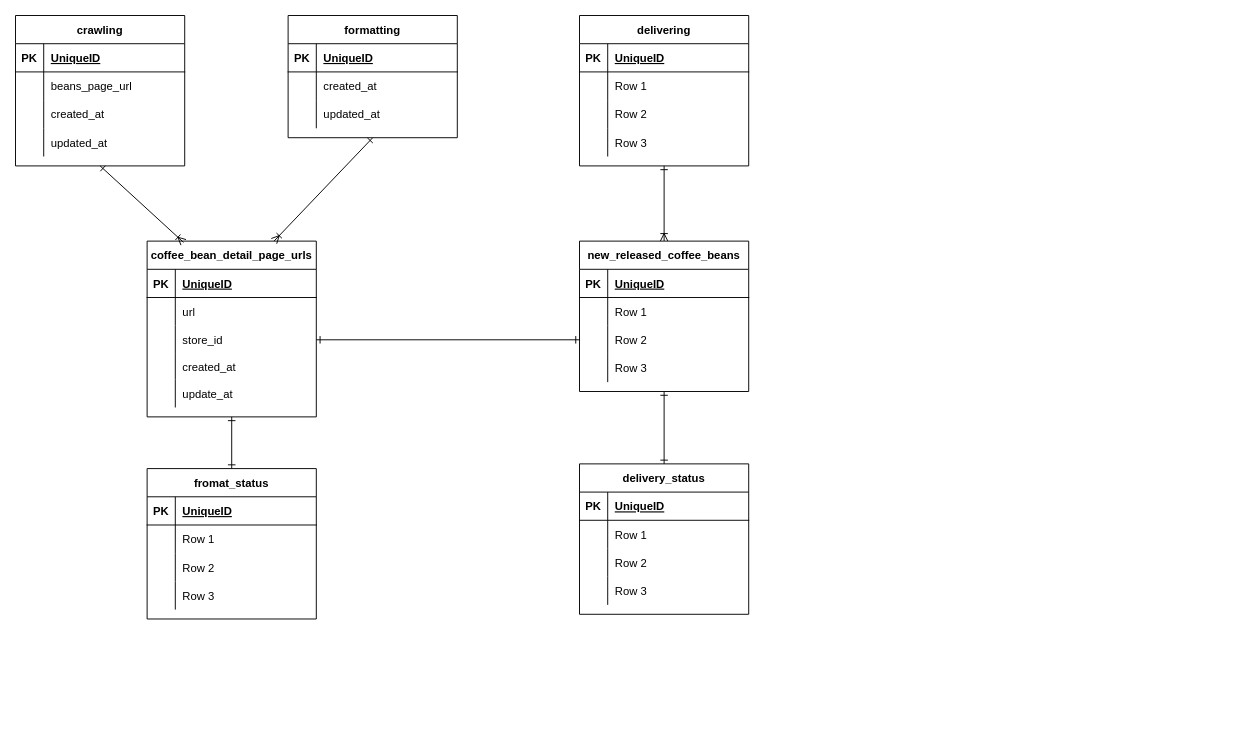
Earlier version of the draw.io diagram ame_tokidoki_koffee_er.dio (diagonal-m/ame_tokidoki_koffee). Source tidied: cells renumbered, new cells numbered last; positions are measured from the earlier drawing's top-left corner, leaving out a move shared by most shapes. Both pictures are drawn from the tidied source at 94%, with x=0, y=0 at pixel (15, 15).
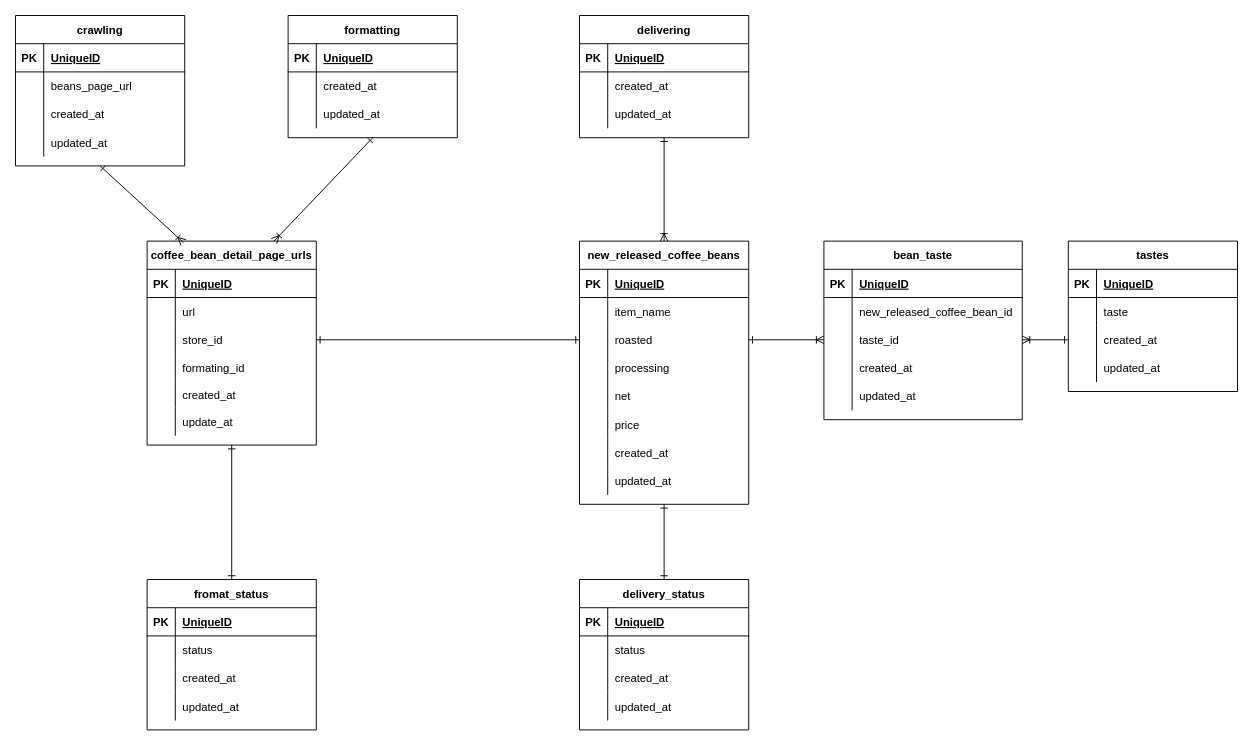
Above is the later version.

The change refers to these unchanged cells:
```xml
<mxCell id="10" style="shape=partialRectangle;fillColor=none;top=0;left=0;bottom=0;right=0;points=[[0,0.5],[1,0.5]];portConstraint=eastwest;" parent="3" vertex="1">
  <mxGeometry y="90" width="180" height="30" as="geometry" />
</mxCell>
<mxCell id="49" style="shape=partialRectangle;fillColor=none;top=0;left=0;bottom=0;right=0;" parent="45" vertex="1">
  <mxGeometry y="60" width="180" height="30" as="geometry" />
</mxCell>
<mxCell id="52" style="shape=partialRectangle;fillColor=none;top=0;left=0;bottom=0;right=0;" parent="45" vertex="1">
  <mxGeometry y="90" width="180" height="30" as="geometry" />
</mxCell>
<mxCell id="63" style="shape=partialRectangle;fillColor=none;top=0;left=0;bottom=0;right=0;" parent="59" vertex="1">
  <mxGeometry y="60" width="180" height="30" as="geometry" />
</mxCell>
<mxCell id="77" style="shape=partialRectangle;fillColor=none;top=0;left=0;bottom=0;right=0;" parent="73" vertex="1">
  <mxGeometry y="60" width="180" height="30" as="geometry" />
</mxCell>
<mxCell id="80" style="shape=partialRectangle;fillColor=none;top=0;left=0;bottom=0;right=0;" parent="73" vertex="1">
  <mxGeometry y="90" width="180" height="30" as="geometry" />
</mxCell>
<mxCell id="83" style="shape=partialRectangle;fillColor=none;top=0;left=0;bottom=0;right=0;" parent="73" vertex="1">
  <mxGeometry y="120" width="180" height="30" as="geometry" />
</mxCell>
<mxCell id="90" style="shape=partialRectangle;fillColor=none;top=0;left=0;bottom=0;right=0;" parent="86" vertex="1">
  <mxGeometry y="60" width="180" height="30" as="geometry" />
</mxCell>
<mxCell id="93" style="shape=partialRectangle;fillColor=none;top=0;left=0;bottom=0;right=0;" parent="86" vertex="1">
  <mxGeometry y="90" width="180" height="30" as="geometry" />
</mxCell>
<mxCell id="96" style="shape=partialRectangle;fillColor=none;top=0;left=0;bottom=0;right=0;" parent="86" vertex="1">
  <mxGeometry y="120" width="180" height="30" as="geometry" />
</mxCell>
```

What changed in the source:
```diff
@@
     <mxCell id="3" value="coffee_bean_detail_page_urls" style="shape=table;startSize=30;childLayout=tableLayout;rowLines=0;fontStyle=1;align=center;" parent="1" vertex="1">
-      <mxGeometry x="140" y="240" width="180" height="187" as="geometry" />
+      <mxGeometry x="140" y="240" width="180" height="217" as="geometry" />
     </mxCell>
@@
+    <mxCell id="99" style="shape=partialRectangle;fillColor=none;top=0;left=0;bottom=0;right=0;" parent="3" vertex="1">
+      <mxGeometry y="120" width="180" height="30" as="geometry" />
+    </mxCell>
+    <mxCell id="100" style="shape=partialRectangle;fillColor=none;top=0;left=0;bottom=0;right=0;overflow=hidden;" parent="99" vertex="1">
+      <mxGeometry width="30" height="30" as="geometry" />
+    </mxCell>
+    <mxCell id="101" value="formating_id" style="shape=partialRectangle;fillColor=none;top=0;left=0;bottom=0;right=0;align=left;spacingLeft=6;overflow=hidden;" parent="99" vertex="1">
+      <mxGeometry x="30" width="150" height="30" as="geometry" />
+    </mxCell>
     <mxCell id="13" style="shape=partialRectangle;fillColor=none;top=0;left=0;bottom=0;right=0;" parent="3" vertex="1">
-      <mxGeometry y="120" width="180" height="27" as="geometry" />
+      <mxGeometry y="150" width="180" height="27" as="geometry" />
     </mxCell>
@@
     <mxCell id="16" style="shape=partialRectangle;fillColor=none;top=0;left=0;bottom=0;right=0;" parent="3" vertex="1">
-      <mxGeometry y="147" width="180" height="30" as="geometry" />
+      <mxGeometry y="177" width="180" height="30" as="geometry" />
     </mxCell>
@@
     <mxCell id="45" value="delivering" style="shape=table;startSize=30;childLayout=tableLayout;rowLines=0;fontStyle=1;align=center;" parent="1" vertex="1">
-      <mxGeometry x="600" width="180" height="160" as="geometry" />
+      <mxGeometry x="600" width="180" height="130" as="geometry" />
     </mxCell>
@@
-    <mxCell id="51" value="Row 1" style="shape=partialRectangle;fillColor=none;top=0;left=0;bottom=0;right=0;align=left;spacingLeft=6;overflow=hidden;" parent="49" vertex="1">
+    <mxCell id="51" value="created_at" style="shape=partialRectangle;fillColor=none;top=0;left=0;bottom=0;right=0;align=left;spacingLeft=6;overflow=hidden;" parent="49" vertex="1">
       <mxGeometry x="30" width="150" height="30" as="geometry" />
     </mxCell>
@@
-    <mxCell id="54" value="Row 2" style="shape=partialRectangle;fillColor=none;top=0;left=0;bottom=0;right=0;align=left;spacingLeft=6;overflow=hidden;" parent="52" vertex="1">
+    <mxCell id="54" value="updated_at" style="shape=partialRectangle;fillColor=none;top=0;left=0;bottom=0;right=0;align=left;spacingLeft=6;overflow=hidden;" parent="52" vertex="1">
       <mxGeometry x="30" width="150" height="30" as="geometry" />
     </mxCell>
-    <mxCell id="55" style="shape=partialRectangle;fillColor=none;top=0;left=0;bottom=0;right=0;" parent="45" vertex="1">
-      <mxGeometry y="120" width="180" height="30" as="geometry" />
-    </mxCell>
-    <mxCell id="56" style="shape=partialRectangle;fillColor=none;top=0;left=0;bottom=0;right=0;overflow=hidden;" parent="55" vertex="1">
-      <mxGeometry width="30" height="30" as="geometry" />
-    </mxCell>
-    <mxCell id="57" value="Row 3" style="shape=partialRectangle;fillColor=none;top=0;left=0;bottom=0;right=0;align=left;spacingLeft=6;overflow=hidden;" parent="55" vertex="1">
-      <mxGeometry x="30" width="150" height="30" as="geometry" />
-    </mxCell>
@@
+    <mxCell id="102" style="edgeStyle=none;html=1;startArrow=ERone;startFill=0;endArrow=ERoneToMany;endFill=0;entryX=0;entryY=0.5;entryDx=0;entryDy=0;exitX=1;exitY=0.5;exitDx=0;exitDy=0;" parent="1" edge="1" source="103" target="122">
+      <mxGeometry relative="1" as="geometry" />
+    </mxCell>
     <mxCell id="59" value="new_released_coffee_beans" style="shape=table;startSize=30;childLayout=tableLayout;rowLines=0;fontStyle=1;align=center;" parent="1" vertex="1">
-      <mxGeometry x="600" y="240" width="180" height="160" as="geometry" />
+      <mxGeometry x="600" y="240" width="180" height="280" as="geometry" />
     </mxCell>
@@
-    <mxCell id="65" value="Row 1" style="shape=partialRectangle;fillColor=none;top=0;left=0;bottom=0;right=0;align=left;spacingLeft=6;overflow=hidden;" parent="63" vertex="1">
+    <mxCell id="65" value="item_name" style="shape=partialRectangle;fillColor=none;top=0;left=0;bottom=0;right=0;align=left;spacingLeft=6;overflow=hidden;" parent="63" vertex="1">
       <mxGeometry x="30" width="150" height="30" as="geometry" />
     </mxCell>
+    <mxCell id="103" style="shape=partialRectangle;fillColor=none;top=0;left=0;bottom=0;right=0;points=[[0,0.5],[1,0.5]];portConstraint=eastwest;" parent="59" vertex="1">
+      <mxGeometry y="90" width="180" height="30" as="geometry" />
+    </mxCell>
+    <mxCell id="104" style="shape=partialRectangle;fillColor=none;top=0;left=0;bottom=0;right=0;overflow=hidden;" parent="103" vertex="1">
+      <mxGeometry width="30" height="30" as="geometry" />
+    </mxCell>
+    <mxCell id="105" value="roasted" style="shape=partialRectangle;fillColor=none;top=0;left=0;bottom=0;right=0;align=left;spacingLeft=6;overflow=hidden;" parent="103" vertex="1">
+      <mxGeometry x="30" width="150" height="30" as="geometry" />
+    </mxCell>
     <mxCell id="66" style="shape=partialRectangle;fillColor=none;top=0;left=0;bottom=0;right=0;points=[[0,0.5],[1,0.5]];portConstraint=eastwest;" parent="59" vertex="1">
-      <mxGeometry y="90" width="180" height="30" as="geometry" />
+      <mxGeometry y="120" width="180" height="30" as="geometry" />
     </mxCell>
@@
-    <mxCell id="68" value="Row 2" style="shape=partialRectangle;fillColor=none;top=0;left=0;bottom=0;right=0;align=left;spacingLeft=6;overflow=hidden;" parent="66" vertex="1">
+    <mxCell id="68" value="processing" style="shape=partialRectangle;fillColor=none;top=0;left=0;bottom=0;right=0;align=left;spacingLeft=6;overflow=hidden;" parent="66" vertex="1">
       <mxGeometry x="30" width="150" height="30" as="geometry" />
     </mxCell>
     <mxCell id="69" style="shape=partialRectangle;fillColor=none;top=0;left=0;bottom=0;right=0;" parent="59" vertex="1">
-      <mxGeometry y="120" width="180" height="30" as="geometry" />
+      <mxGeometry y="150" width="180" height="30" as="geometry" />
     </mxCell>
@@
-    <mxCell id="71" value="Row 3" style="shape=partialRectangle;fillColor=none;top=0;left=0;bottom=0;right=0;align=left;spacingLeft=6;overflow=hidden;" parent="69" vertex="1">
+    <mxCell id="71" value="net" style="shape=partialRectangle;fillColor=none;top=0;left=0;bottom=0;right=0;align=left;spacingLeft=6;overflow=hidden;" parent="69" vertex="1">
       <mxGeometry x="30" width="150" height="30" as="geometry" />
     </mxCell>
+    <mxCell id="106" style="shape=partialRectangle;fillColor=none;top=0;left=0;bottom=0;right=0;" parent="59" vertex="1">
+      <mxGeometry y="180" width="180" height="30" as="geometry" />
+    </mxCell>
+    <mxCell id="107" style="shape=partialRectangle;fillColor=none;top=0;left=0;bottom=0;right=0;overflow=hidden;" parent="106" vertex="1">
+      <mxGeometry width="30" height="30" as="geometry" />
+    </mxCell>
+    <mxCell id="108" value="price" style="shape=partialRectangle;fillColor=none;top=0;left=0;bottom=0;right=0;align=left;spacingLeft=6;overflow=hidden;" parent="106" vertex="1">
+      <mxGeometry x="30" width="150" height="30" as="geometry" />
+    </mxCell>
+    <mxCell id="109" style="shape=partialRectangle;fillColor=none;top=0;left=0;bottom=0;right=0;" parent="59" vertex="1">
+      <mxGeometry y="210" width="180" height="30" as="geometry" />
+    </mxCell>
+    <mxCell id="110" style="shape=partialRectangle;fillColor=none;top=0;left=0;bottom=0;right=0;overflow=hidden;" parent="109" vertex="1">
+      <mxGeometry width="30" height="30" as="geometry" />
+    </mxCell>
+    <mxCell id="111" value="created_at" style="shape=partialRectangle;fillColor=none;top=0;left=0;bottom=0;right=0;align=left;spacingLeft=6;overflow=hidden;" parent="109" vertex="1">
+      <mxGeometry x="30" width="150" height="30" as="geometry" />
+    </mxCell>
+    <mxCell id="112" style="shape=partialRectangle;fillColor=none;top=0;left=0;bottom=0;right=0;" parent="59" vertex="1">
+      <mxGeometry y="240" width="180" height="30" as="geometry" />
+    </mxCell>
+    <mxCell id="113" style="shape=partialRectangle;fillColor=none;top=0;left=0;bottom=0;right=0;overflow=hidden;" parent="112" vertex="1">
+      <mxGeometry width="30" height="30" as="geometry" />
+    </mxCell>
+    <mxCell id="114" value="updated_at" style="shape=partialRectangle;fillColor=none;top=0;left=0;bottom=0;right=0;align=left;spacingLeft=6;overflow=hidden;" parent="112" vertex="1">
+      <mxGeometry x="30" width="150" height="30" as="geometry" />
+    </mxCell>
-    <mxCell id="72" style="edgeStyle=none;html=1;entryX=0;entryY=0.5;entryDx=0;entryDy=0;startArrow=ERone;startFill=0;endArrow=ERone;endFill=0;exitX=1;exitY=0.5;exitDx=0;exitDy=0;" parent="1" edge="1" source="10" target="66">
+    <mxCell id="72" style="edgeStyle=none;html=1;entryX=0;entryY=0.5;entryDx=0;entryDy=0;startArrow=ERone;startFill=0;endArrow=ERone;endFill=0;exitX=1;exitY=0.5;exitDx=0;exitDy=0;" parent="1" edge="1" source="10" target="103">
       <mxGeometry relative="1" as="geometry" />
     </mxCell>
     <mxCell id="73" value="fromat_status" style="shape=table;startSize=30;childLayout=tableLayout;rowLines=0;fontStyle=1;align=center;" parent="1" vertex="1">
-      <mxGeometry x="140" y="482" width="180" height="160" as="geometry" />
+      <mxGeometry x="140" y="600" width="180" height="160" as="geometry" />
     </mxCell>
@@
-    <mxCell id="79" value="Row 1" style="shape=partialRectangle;fillColor=none;top=0;left=0;bottom=0;right=0;align=left;spacingLeft=6;overflow=hidden;" parent="77" vertex="1">
+    <mxCell id="79" value="status" style="shape=partialRectangle;fillColor=none;top=0;left=0;bottom=0;right=0;align=left;spacingLeft=6;overflow=hidden;" parent="77" vertex="1">
       <mxGeometry x="30" width="150" height="30" as="geometry" />
     </mxCell>
@@
-    <mxCell id="82" value="Row 2" style="shape=partialRectangle;fillColor=none;top=0;left=0;bottom=0;right=0;align=left;spacingLeft=6;overflow=hidden;" parent="80" vertex="1">
+    <mxCell id="82" value="created_at" style="shape=partialRectangle;fillColor=none;top=0;left=0;bottom=0;right=0;align=left;spacingLeft=6;overflow=hidden;" parent="80" vertex="1">
       <mxGeometry x="30" width="150" height="30" as="geometry" />
     </mxCell>
@@
-    <mxCell id="85" value="Row 3" style="shape=partialRectangle;fillColor=none;top=0;left=0;bottom=0;right=0;align=left;spacingLeft=6;overflow=hidden;" parent="83" vertex="1">
+    <mxCell id="85" value="updated_at" style="shape=partialRectangle;fillColor=none;top=0;left=0;bottom=0;right=0;align=left;spacingLeft=6;overflow=hidden;" parent="83" vertex="1">
       <mxGeometry x="30" width="150" height="30" as="geometry" />
     </mxCell>
     <mxCell id="86" value="delivery_status" style="shape=table;startSize=30;childLayout=tableLayout;rowLines=0;fontStyle=1;align=center;" parent="1" vertex="1">
-      <mxGeometry x="600" y="477" width="180" height="160" as="geometry" />
+      <mxGeometry x="600" y="600" width="180" height="160" as="geometry" />
     </mxCell>
@@
-    <mxCell id="92" value="Row 1" style="shape=partialRectangle;fillColor=none;top=0;left=0;bottom=0;right=0;align=left;spacingLeft=6;overflow=hidden;" parent="90" vertex="1">
+    <mxCell id="92" value="status" style="shape=partialRectangle;fillColor=none;top=0;left=0;bottom=0;right=0;align=left;spacingLeft=6;overflow=hidden;" parent="90" vertex="1">
       <mxGeometry x="30" width="150" height="30" as="geometry" />
     </mxCell>
@@
-    <mxCell id="95" value="Row 2" style="shape=partialRectangle;fillColor=none;top=0;left=0;bottom=0;right=0;align=left;spacingLeft=6;overflow=hidden;" parent="93" vertex="1">
+    <mxCell id="95" value="created_at" style="shape=partialRectangle;fillColor=none;top=0;left=0;bottom=0;right=0;align=left;spacingLeft=6;overflow=hidden;" parent="93" vertex="1">
       <mxGeometry x="30" width="150" height="30" as="geometry" />
     </mxCell>
@@
-    <mxCell id="98" value="Row 3" style="shape=partialRectangle;fillColor=none;top=0;left=0;bottom=0;right=0;align=left;spacingLeft=6;overflow=hidden;" parent="96" vertex="1">
+    <mxCell id="98" value="updated_at" style="shape=partialRectangle;fillColor=none;top=0;left=0;bottom=0;right=0;align=left;spacingLeft=6;overflow=hidden;" parent="96" vertex="1">
       <mxGeometry x="30" width="150" height="30" as="geometry" />
     </mxCell>
+    <mxCell id="115" value="bean_taste" style="shape=table;startSize=30;childLayout=tableLayout;rowLines=0;fontStyle=1;align=center;" parent="1" vertex="1">
+      <mxGeometry x="860" y="240" width="211" height="190" as="geometry" />
+    </mxCell>
+    <mxCell id="116" style="shape=partialRectangle;fillColor=none;top=0;left=0;bottom=1;right=0;" parent="115" vertex="1">
+      <mxGeometry y="30" width="211" height="30" as="geometry" />
+    </mxCell>
+    <mxCell id="117" value="PK" style="shape=partialRectangle;fillColor=none;top=0;left=0;bottom=0;right=0;fontStyle=1;overflow=hidden;" parent="116" vertex="1">
+      <mxGeometry width="30" height="30" as="geometry" />
+    </mxCell>
+    <mxCell id="118" value="UniqueID" style="shape=partialRectangle;fillColor=none;top=0;left=0;bottom=0;right=0;align=left;spacingLeft=6;fontStyle=5;overflow=hidden;" parent="116" vertex="1">
+      <mxGeometry x="30" width="181" height="30" as="geometry" />
+    </mxCell>
+    <mxCell id="119" style="shape=partialRectangle;fillColor=none;top=0;left=0;bottom=0;right=0;" parent="115" vertex="1">
+      <mxGeometry y="60" width="211" height="30" as="geometry" />
+    </mxCell>
+    <mxCell id="120" style="shape=partialRectangle;fillColor=none;top=0;left=0;bottom=0;right=0;overflow=hidden;" parent="119" vertex="1">
+      <mxGeometry width="30" height="30" as="geometry" />
+    </mxCell>
+    <mxCell id="121" value="new_released_coffee_bean_id" style="shape=partialRectangle;fillColor=none;top=0;left=0;bottom=0;right=0;align=left;spacingLeft=6;overflow=hidden;" parent="119" vertex="1">
+      <mxGeometry x="30" width="181" height="30" as="geometry" />
+    </mxCell>
+    <mxCell id="122" style="shape=partialRectangle;fillColor=none;top=0;left=0;bottom=0;right=0;points=[[0,0.5],[1,0.5]];portConstraint=eastwest;" parent="115" vertex="1">
+      <mxGeometry y="90" width="211" height="30" as="geometry" />
+    </mxCell>
+    <mxCell id="123" style="shape=partialRectangle;fillColor=none;top=0;left=0;bottom=0;right=0;overflow=hidden;" parent="122" vertex="1">
+      <mxGeometry width="30" height="30" as="geometry" />
+    </mxCell>
+    <mxCell id="124" value="taste_id" style="shape=partialRectangle;fillColor=none;top=0;left=0;bottom=0;right=0;align=left;spacingLeft=6;overflow=hidden;" parent="122" vertex="1">
+      <mxGeometry x="30" width="181" height="30" as="geometry" />
+    </mxCell>
+    <mxCell id="125" style="shape=partialRectangle;fillColor=none;top=0;left=0;bottom=0;right=0;" parent="115" vertex="1">
+      <mxGeometry y="120" width="211" height="30" as="geometry" />
+    </mxCell>
+    <mxCell id="126" style="shape=partialRectangle;fillColor=none;top=0;left=0;bottom=0;right=0;overflow=hidden;" parent="125" vertex="1">
+      <mxGeometry width="30" height="30" as="geometry" />
+    </mxCell>
+    <mxCell id="127" value="created_at" style="shape=partialRectangle;fillColor=none;top=0;left=0;bottom=0;right=0;align=left;spacingLeft=6;overflow=hidden;" parent="125" vertex="1">
+      <mxGeometry x="30" width="181" height="30" as="geometry" />
+    </mxCell>
+    <mxCell id="128" style="shape=partialRectangle;fillColor=none;top=0;left=0;bottom=0;right=0;" parent="115" vertex="1">
+      <mxGeometry y="150" width="211" height="30" as="geometry" />
+    </mxCell>
+    <mxCell id="129" style="shape=partialRectangle;fillColor=none;top=0;left=0;bottom=0;right=0;overflow=hidden;" parent="128" vertex="1">
+      <mxGeometry width="30" height="30" as="geometry" />
+    </mxCell>
+    <mxCell id="130" value="updated_at" style="shape=partialRectangle;fillColor=none;top=0;left=0;bottom=0;right=0;align=left;spacingLeft=6;overflow=hidden;" parent="128" vertex="1">
+      <mxGeometry x="30" width="181" height="30" as="geometry" />
+    </mxCell>
+    <mxCell id="131" value="tastes" style="shape=table;startSize=30;childLayout=tableLayout;rowLines=0;fontStyle=1;align=center;" parent="1" vertex="1">
+      <mxGeometry x="1120" y="240" width="180" height="160" as="geometry" />
+    </mxCell>
+    <mxCell id="132" style="shape=partialRectangle;fillColor=none;top=0;left=0;bottom=1;right=0;" parent="131" vertex="1">
+      <mxGeometry y="30" width="180" height="30" as="geometry" />
+    </mxCell>
+    <mxCell id="133" value="PK" style="shape=partialRectangle;fillColor=none;top=0;left=0;bottom=0;right=0;fontStyle=1;overflow=hidden;" parent="132" vertex="1">
+      <mxGeometry width="30" height="30" as="geometry" />
+    </mxCell>
+    <mxCell id="134" value="UniqueID" style="shape=partialRectangle;fillColor=none;top=0;left=0;bottom=0;right=0;align=left;spacingLeft=6;fontStyle=5;overflow=hidden;" parent="132" vertex="1">
+      <mxGeometry x="30" width="150" height="30" as="geometry" />
+    </mxCell>
+    <mxCell id="135" style="shape=partialRectangle;fillColor=none;top=0;left=0;bottom=0;right=0;" parent="131" vertex="1">
+      <mxGeometry y="60" width="180" height="30" as="geometry" />
+    </mxCell>
+    <mxCell id="136" style="shape=partialRectangle;fillColor=none;top=0;left=0;bottom=0;right=0;overflow=hidden;" parent="135" vertex="1">
+      <mxGeometry width="30" height="30" as="geometry" />
+    </mxCell>
+    <mxCell id="137" value="taste" style="shape=partialRectangle;fillColor=none;top=0;left=0;bottom=0;right=0;align=left;spacingLeft=6;overflow=hidden;" parent="135" vertex="1">
+      <mxGeometry x="30" width="150" height="30" as="geometry" />
+    </mxCell>
+    <mxCell id="138" style="shape=partialRectangle;fillColor=none;top=0;left=0;bottom=0;right=0;" parent="131" vertex="1">
+      <mxGeometry y="90" width="180" height="30" as="geometry" />
+    </mxCell>
+    <mxCell id="139" style="shape=partialRectangle;fillColor=none;top=0;left=0;bottom=0;right=0;overflow=hidden;" parent="138" vertex="1">
+      <mxGeometry width="30" height="30" as="geometry" />
+    </mxCell>
+    <mxCell id="140" value="created_at" style="shape=partialRectangle;fillColor=none;top=0;left=0;bottom=0;right=0;align=left;spacingLeft=6;overflow=hidden;" parent="138" vertex="1">
+      <mxGeometry x="30" width="150" height="30" as="geometry" />
+    </mxCell>
+    <mxCell id="141" style="shape=partialRectangle;fillColor=none;top=0;left=0;bottom=0;right=0;" parent="131" vertex="1">
+      <mxGeometry y="120" width="180" height="30" as="geometry" />
+    </mxCell>
+    <mxCell id="142" style="shape=partialRectangle;fillColor=none;top=0;left=0;bottom=0;right=0;overflow=hidden;" parent="141" vertex="1">
+      <mxGeometry width="30" height="30" as="geometry" />
+    </mxCell>
+    <mxCell id="143" value="updated_at" style="shape=partialRectangle;fillColor=none;top=0;left=0;bottom=0;right=0;align=left;spacingLeft=6;overflow=hidden;" parent="141" vertex="1">
+      <mxGeometry x="30" width="150" height="30" as="geometry" />
+    </mxCell>
+    <mxCell id="144" style="edgeStyle=none;html=1;startArrow=ERoneToMany;startFill=0;endArrow=ERone;endFill=0;exitX=1;exitY=0.5;exitDx=0;exitDy=0;entryX=0;entryY=0.5;entryDx=0;entryDy=0;" parent="1" edge="1" source="122">
+      <mxGeometry relative="1" as="geometry">
+        <mxPoint x="1120" y="345" as="targetPoint" />
+      </mxGeometry>
+    </mxCell>
```
